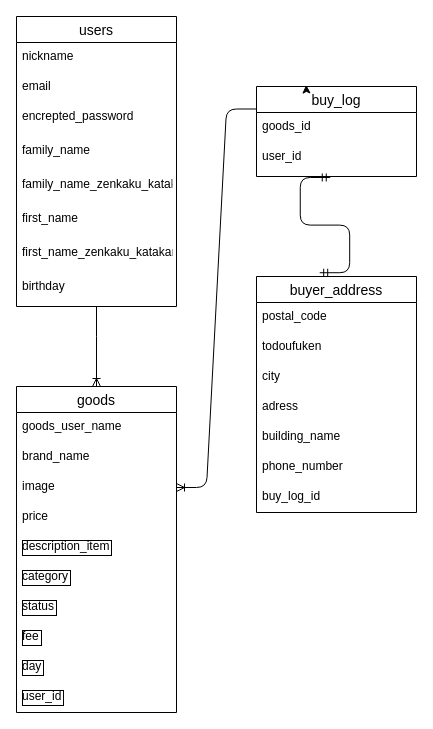
Before: ER.dio in o-kun8228/furima-37097, a draw.io diagram. Source tidied: cells renumbered, new cells numbered last; positions are measured from the earlier drawing's top-left corner, leaving out a move shared by most shapes. Both pictures are drawn from the tidied source at 100%, with x=0, y=0 at pixel (16, 16).
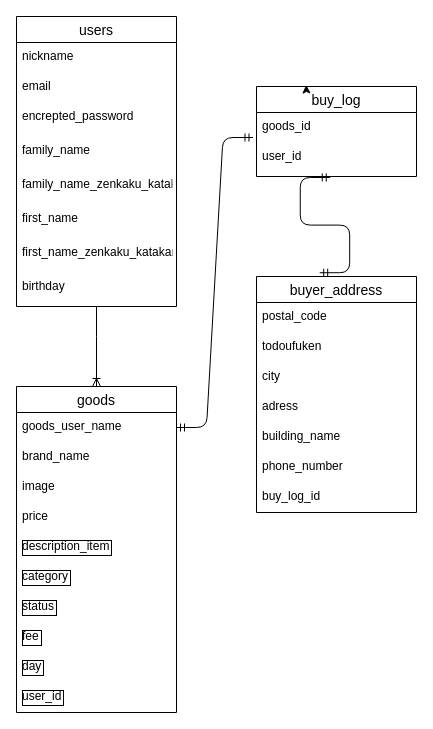
The same page after the edit.

The change refers to these unchanged cells:
```xml
<mxCell id="14" value="goods_user_name" style="text;strokeColor=none;fillColor=none;spacingLeft=4;spacingRight=4;overflow=hidden;points=[[0,0.5],[1,0.5]];portConstraint=eastwest;fontSize=12;" parent="13" vertex="1">
  <mxGeometry y="26" width="160" height="30" as="geometry" />
</mxCell>
<mxCell id="16" value="image" style="text;strokeColor=none;fillColor=none;spacingLeft=4;spacingRight=4;overflow=hidden;points=[[0,0.5],[1,0.5]];portConstraint=eastwest;fontSize=12;" parent="13" vertex="1">
  <mxGeometry y="86" width="160" height="30" as="geometry" />
</mxCell>
<mxCell id="24" value="buy_log" style="swimlane;fontStyle=0;horizontal=1;startSize=26;align=center;fontSize=14;" parent="1" vertex="1">
  <mxGeometry x="240" y="70" width="160" height="90" as="geometry" />
</mxCell>
<mxCell id="26" value="user_id" style="text;strokeColor=none;fillColor=none;spacingLeft=4;spacingRight=4;overflow=hidden;points=[[0,0.5],[1,0.5]];portConstraint=eastwest;fontSize=12;" parent="24" vertex="1">
  <mxGeometry y="56" width="160" height="34" as="geometry" />
</mxCell>
```

The edit, as a diff of the source:
```diff
@@
-    <mxCell id="36" style="edgeStyle=entityRelationEdgeStyle;fontSize=12;html=1;endArrow=ERoneToMany;entryX=1;entryY=0.5;entryDx=0;entryDy=0;exitX=0;exitY=0.25;exitDx=0;exitDy=0;" parent="1" edge="1" source="24" target="16">
-      <mxGeometry relative="1" as="geometry" />
-    </mxCell>
@@
+    <mxCell id="38" style="edgeStyle=entityRelationEdgeStyle;fontSize=12;html=1;endArrow=ERmandOne;startArrow=ERmandOne;exitX=1;exitY=0.5;exitDx=0;exitDy=0;entryX=-0.022;entryY=-0.147;entryDx=0;entryDy=0;entryPerimeter=0;" parent="1" edge="1" source="14" target="26">
+      <mxGeometry relative="1" as="geometry" />
+    </mxCell>
```
